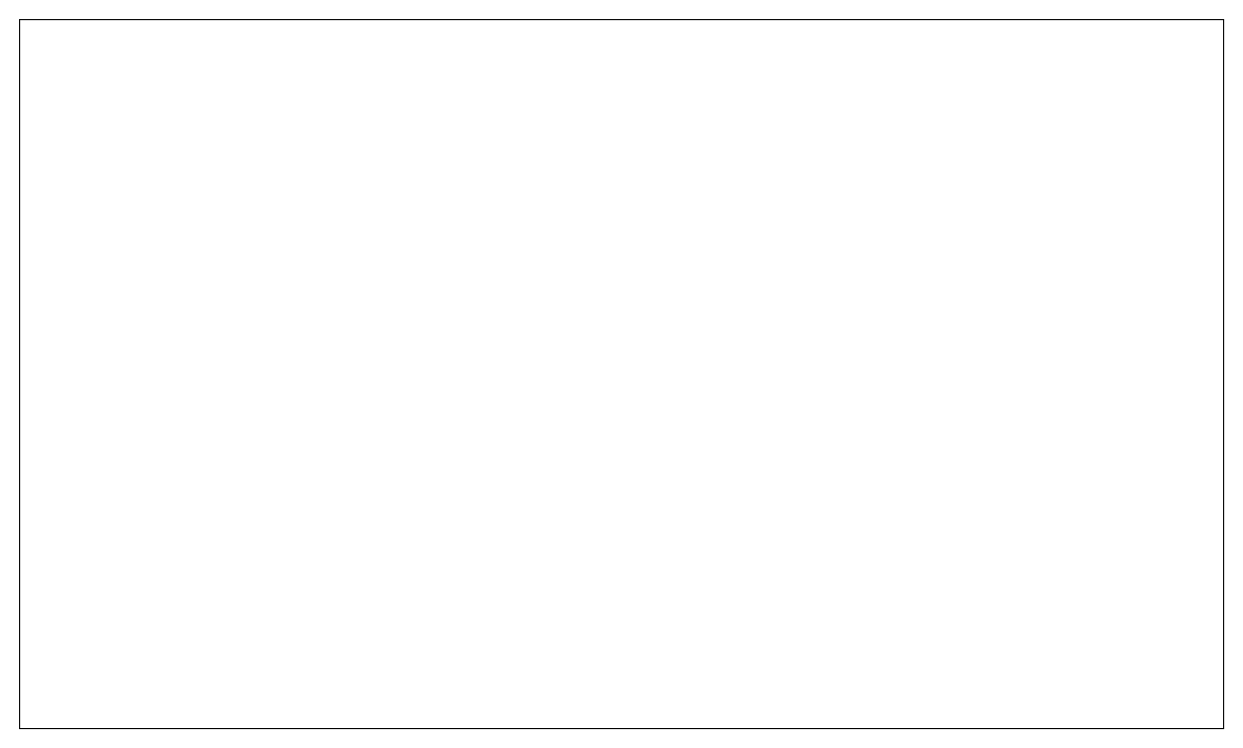
The draw.io diagram page "注册信息" (4 of 4) of 泰加个人信息.drawio in cangwang/news, before the edit. Source tidied: cells renumbered, new cells numbered last; positions are measured from the earlier drawing's top-left corner, leaving out a move shared by most shapes. Both pictures are drawn from the tidied source at 112%, with x=0, y=0 at pixel (19, 19).
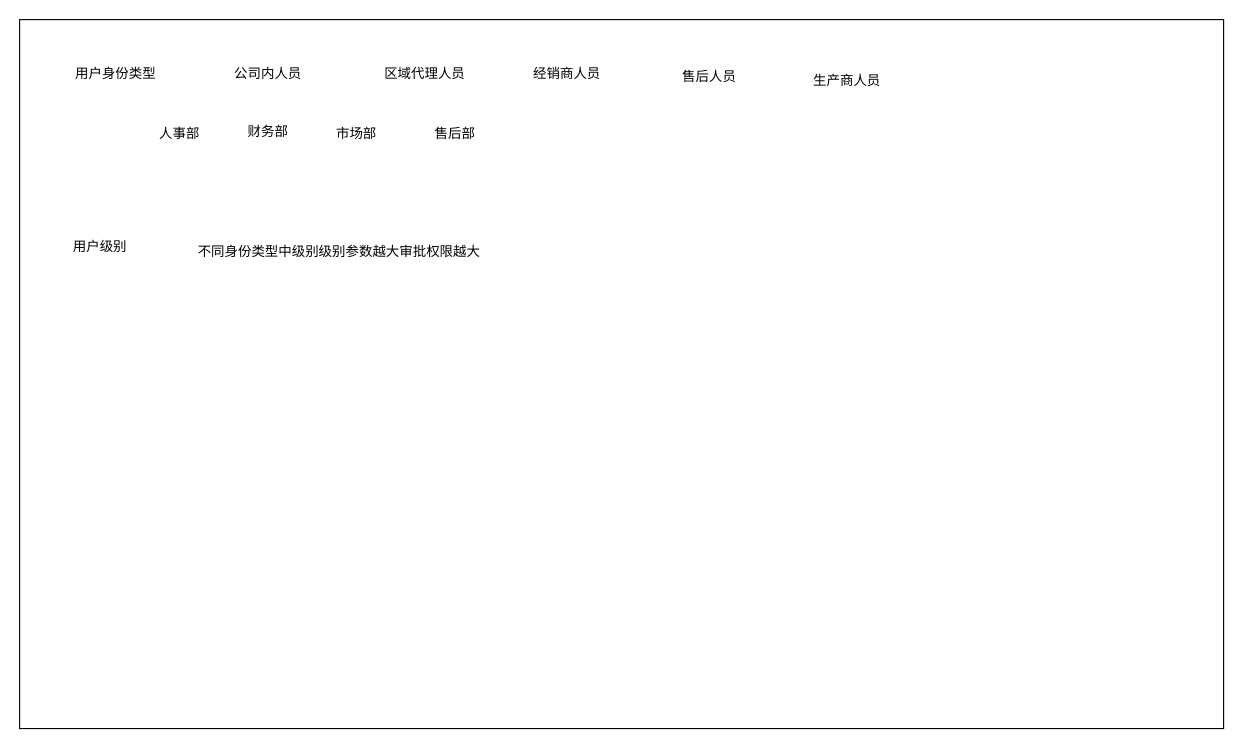
Above is the later version.

Diff of the diagram source:
```diff
@@
 <mxGraphModel>
   <root>
     <mxCell id="0" />
     <mxCell id="1" parent="0" />
     <mxCell id="2" style="rounded=0;whiteSpace=wrap;html=1;" parent="1" vertex="1">
       <mxGeometry width="1075" height="633" as="geometry" />
     </mxCell>
+    <mxCell id="3" value="用户身份类型" style="text;html=1;strokeColor=none;fillColor=none;align=center;verticalAlign=middle;whiteSpace=wrap;rounded=0;" parent="1" vertex="1">
+      <mxGeometry x="44" y="34" width="84" height="30" as="geometry" />
+    </mxCell>
+    <mxCell id="4" value="公司内人员" style="text;html=1;strokeColor=none;fillColor=none;align=center;verticalAlign=middle;whiteSpace=wrap;rounded=0;" parent="1" vertex="1">
+      <mxGeometry x="176" y="34" width="92" height="30" as="geometry" />
+    </mxCell>
+    <mxCell id="5" value="区域代理人员" style="text;html=1;strokeColor=none;fillColor=none;align=center;verticalAlign=middle;whiteSpace=wrap;rounded=0;" parent="1" vertex="1">
+      <mxGeometry x="316" y="34" width="92" height="30" as="geometry" />
+    </mxCell>
+    <mxCell id="6" value="经销商人员" style="text;html=1;strokeColor=none;fillColor=none;align=center;verticalAlign=middle;whiteSpace=wrap;rounded=0;" parent="1" vertex="1">
+      <mxGeometry x="443" y="34" width="92" height="30" as="geometry" />
+    </mxCell>
+    <mxCell id="7" value="售后人员" style="text;html=1;strokeColor=none;fillColor=none;align=center;verticalAlign=middle;whiteSpace=wrap;rounded=0;" parent="1" vertex="1">
+      <mxGeometry x="570" y="36" width="92" height="30" as="geometry" />
+    </mxCell>
+    <mxCell id="8" value="生产商人员" style="text;html=1;strokeColor=none;fillColor=none;align=center;verticalAlign=middle;whiteSpace=wrap;rounded=0;" parent="1" vertex="1">
+      <mxGeometry x="693" y="40" width="92" height="30" as="geometry" />
+    </mxCell>
+    <mxCell id="9" value="用户级别" style="text;html=1;strokeColor=none;fillColor=none;align=center;verticalAlign=middle;whiteSpace=wrap;rounded=0;" parent="1" vertex="1">
+      <mxGeometry x="42" y="188" width="60" height="30" as="geometry" />
+    </mxCell>
+    <mxCell id="10" value="不同身份类型中级别级别参数越大审批权限越大" style="text;html=1;strokeColor=none;fillColor=none;align=center;verticalAlign=middle;whiteSpace=wrap;rounded=0;" parent="1" vertex="1">
+      <mxGeometry x="148" y="193" width="275" height="30" as="geometry" />
+    </mxCell>
+    <mxCell id="11" value="人事部" style="text;html=1;strokeColor=none;fillColor=none;align=center;verticalAlign=middle;whiteSpace=wrap;rounded=0;" parent="1" vertex="1">
+      <mxGeometry x="113" y="87" width="60" height="30" as="geometry" />
+    </mxCell>
+    <mxCell id="12" value="财务部" style="text;html=1;strokeColor=none;fillColor=none;align=center;verticalAlign=middle;whiteSpace=wrap;rounded=0;" parent="1" vertex="1">
+      <mxGeometry x="192" y="85" width="60" height="30" as="geometry" />
+    </mxCell>
+    <mxCell id="13" value="市场部" style="text;html=1;strokeColor=none;fillColor=none;align=center;verticalAlign=middle;whiteSpace=wrap;rounded=0;" parent="1" vertex="1">
+      <mxGeometry x="271" y="87" width="60" height="30" as="geometry" />
+    </mxCell>
+    <mxCell id="14" value="售后部" style="text;html=1;strokeColor=none;fillColor=none;align=center;verticalAlign=middle;whiteSpace=wrap;rounded=0;" parent="1" vertex="1">
+      <mxGeometry x="359" y="87" width="60" height="30" as="geometry" />
+    </mxCell>
   </root>
 </mxGraphModel>
```
